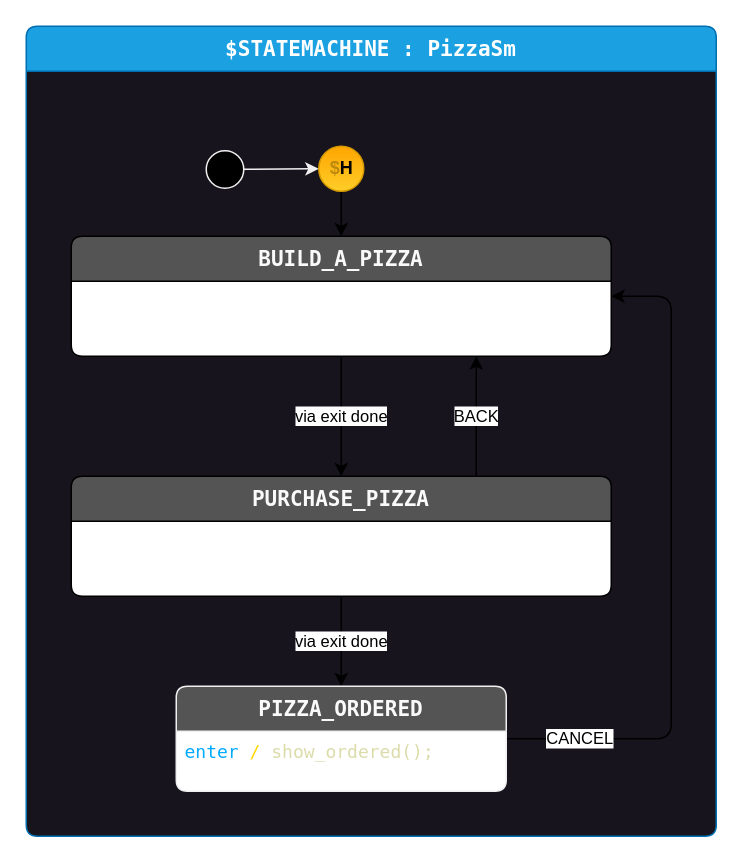
StateSmith/StateSmith-examples keeps this draw.io diagram as history-database/PizzaSm.drawio. Above is the earlier version. Source tidied: cells renumbered, new cells numbered last; positions are measured from the earlier drawing's top-left corner, leaving out a move shared by most shapes. Both pictures are drawn from the tidied source at 150%, with x=0, y=0 at pixel (26, 26).
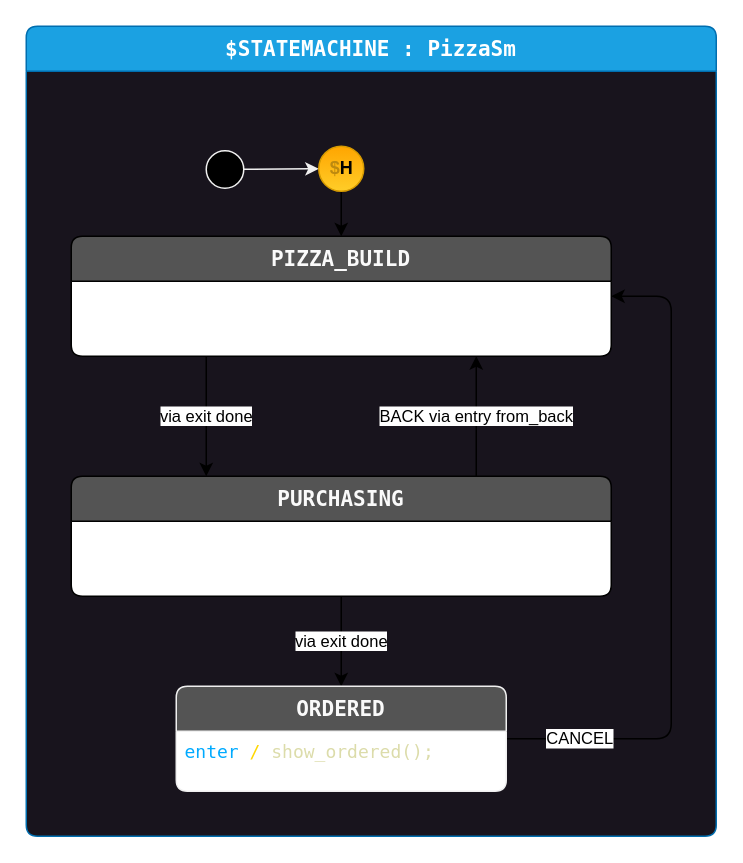
Above is the later version.

What changed in the source:
```diff
@@
 <mxGraphModel>
   <root>
     <mxCell id="0" />
     <mxCell id="1" parent="0" />
     <mxCell id="2" value="$STATEMACHINE : PizzaSm" style="shape=swimlane;align=center;verticalAlign=top;fontFamily=Lucida Console;startSize=30;fontSize=14;fontStyle=1;swimlaneFillColor=#18141d;rounded=1;arcSize=15;absoluteArcSize=1;fillColor=#1ba1e2;fontColor=#ffffff;strokeColor=#006EAF;" parent="1" vertex="1">
       <mxGeometry width="460" height="540" as="geometry" />
     </mxCell>
     <mxCell id="3" value=" " style="fontFamily=Lucida Console;align=left;verticalAlign=top;fillColor=none;gradientColor=none;strokeColor=none;rounded=0;spacingLeft=4;" parent="2" vertex="1">
       <mxGeometry y="30" width="30" height="20" as="geometry" />
     </mxCell>
-    <mxCell id="4" value="via exit done" style="edgeStyle=orthogonalEdgeStyle;html=1;exitX=0.5;exitY=1;exitDx=0;exitDy=0;entryX=0.5;entryY=0;entryDx=0;entryDy=0;" parent="2" edge="1" source="5" target="9">
+    <mxCell id="4" value="via exit done" style="edgeStyle=orthogonalEdgeStyle;html=1;exitX=0.25;exitY=1;exitDx=0;exitDy=0;entryX=0.25;entryY=0;entryDx=0;entryDy=0;" parent="2" edge="1" source="5" target="9">
       <mxGeometry relative="1" as="geometry" />
     </mxCell>
-    <mxCell id="5" value="BUILD_A_PIZZA" style="shape=swimlane;align=center;verticalAlign=top;fontFamily=Lucida Console;startSize=30;fontSize=14;fontStyle=1;fontColor=#FAFAFA;fillColor=#545454;swimlaneFillColor=default;rounded=1;arcSize=15;absoluteArcSize=1;" parent="2" vertex="1" collapsed="1">
+    <mxCell id="5" value="PIZZA_BUILD" style="shape=swimlane;align=center;verticalAlign=top;fontFamily=Lucida Console;startSize=30;fontSize=14;fontStyle=1;fontColor=#FAFAFA;fillColor=#545454;swimlaneFillColor=default;rounded=1;arcSize=15;absoluteArcSize=1;" parent="2" vertex="1" collapsed="1">
       <mxGeometry x="30" y="140" width="360" height="80" as="geometry" />
     </mxCell>
     <mxCell id="6" style="edgeStyle=orthogonalEdgeStyle;html=1;exitX=0.5;exitY=1;exitDx=0;exitDy=0;" parent="2" edge="1" source="14" target="5">
       <mxGeometry relative="1" as="geometry" />
     </mxCell>
-    <mxCell id="7" value="BACK" style="edgeStyle=orthogonalEdgeStyle;html=1;exitX=0.75;exitY=0;exitDx=0;exitDy=0;entryX=0.75;entryY=1;entryDx=0;entryDy=0;" parent="2" edge="1" source="9" target="5">
+    <mxCell id="7" value="BACK via entry from_back" style="edgeStyle=orthogonalEdgeStyle;html=1;exitX=0.75;exitY=0;exitDx=0;exitDy=0;entryX=0.75;entryY=1;entryDx=0;entryDy=0;" parent="2" edge="1" source="9" target="5">
       <mxGeometry relative="1" as="geometry" />
     </mxCell>
     <mxCell id="8" value="via exit done" style="edgeStyle=orthogonalEdgeStyle;html=1;exitX=0.5;exitY=1;exitDx=0;exitDy=0;entryX=0.5;entryY=0;entryDx=0;entryDy=0;" parent="2" edge="1" source="9" target="11">
       <mxGeometry relative="1" as="geometry" />
     </mxCell>
-    <mxCell id="9" value="PURCHASE_PIZZA" style="shape=swimlane;align=center;verticalAlign=top;fontFamily=Lucida Console;startSize=30;fontSize=14;fontStyle=1;fontColor=#FAFAFA;fillColor=#545454;swimlaneFillColor=default;rounded=1;arcSize=15;absoluteArcSize=1;" parent="2" vertex="1" collapsed="1">
+    <mxCell id="9" value="PURCHASING" style="shape=swimlane;align=center;verticalAlign=top;fontFamily=Lucida Console;startSize=30;fontSize=14;fontStyle=1;fontColor=#FAFAFA;fillColor=#545454;swimlaneFillColor=default;rounded=1;arcSize=15;absoluteArcSize=1;" parent="2" vertex="1" collapsed="1">
       <mxGeometry x="30" y="300" width="360" height="80" as="geometry" />
     </mxCell>
     <mxCell id="10" value="CANCEL" style="edgeStyle=orthogonalEdgeStyle;html=1;exitX=1;exitY=0.5;exitDx=0;exitDy=0;entryX=1;entryY=0.5;entryDx=0;entryDy=0;" parent="2" edge="1" source="11" target="5">
       <mxGeometry x="-0.78" relative="1" as="geometry">
         <Array as="points">
           <mxPoint x="430" y="475" />
           <mxPoint x="430" y="180" />
         </Array>
       </mxGeometry>
     </mxCell>
-    <mxCell id="11" value="PIZZA_ORDERED" style="shape=swimlane;align=center;verticalAlign=top;fontFamily=Lucida Console;startSize=30;fontSize=14;fontStyle=1;fontColor=#FAFAFA;fillColor=#545454;swimlaneFillColor=default;rounded=1;arcSize=15;absoluteArcSize=1;strokeColor=rgb(240, 240, 240);" parent="2" vertex="1">
+    <mxCell id="11" value="ORDERED" style="shape=swimlane;align=center;verticalAlign=top;fontFamily=Lucida Console;startSize=30;fontSize=14;fontStyle=1;fontColor=#FAFAFA;fillColor=#545454;swimlaneFillColor=default;rounded=1;arcSize=15;absoluteArcSize=1;strokeColor=rgb(240, 240, 240);" parent="2" vertex="1">
       <mxGeometry x="100" y="440" width="220" height="70" as="geometry" />
     </mxCell>
     <mxCell id="12" value="&lt;font color=&quot;#00aaff&quot;&gt;enter&amp;nbsp;&lt;/font&gt;&lt;font color=&quot;#ffd700&quot;&gt;/&lt;/font&gt;&lt;font color=&quot;#dcdcaa&quot;&gt;&amp;nbsp;show_ordered();&lt;/font&gt;" style="fontFamily=Lucida Console;align=left;verticalAlign=top;fillColor=none;gradientColor=none;strokeColor=none;rounded=0;spacingLeft=4;html=1;" parent="11" vertex="1">
       <mxGeometry y="30" width="190" height="30" as="geometry" />
     </mxCell>
     <mxCell id="13" style="edgeStyle=none;html=1;strokeColor=#F0F0F0;entryX=0;entryY=0.5;entryDx=0;entryDy=0;" parent="2" edge="1" source="15" target="14">
       <mxGeometry relative="1" as="geometry" />
     </mxCell>
     <mxCell id="14" value="&lt;font color=&quot;#bd890f&quot;&gt;$&lt;/font&gt;H" style="fontFamily=Helvetica;align=center;verticalAlign=middle;shape=ellipse;labelPosition=center;verticalLabelPosition=middle;strokeColor=#d79b00;strokeWidth=1;fillColor=#ffcd28;gradientColor=#ffa500;gradientDirection=north;html=1;fontColor=#000000;fontStyle=1;" parent="2" vertex="1">
       <mxGeometry x="195" y="80" width="30" height="30" as="geometry" />
     </mxCell>
     <mxCell id="15" value="$initial_state" style="shape=ellipse;fillColor=#000000;noLabel=1;strokeColor=#F0F0F0;" parent="2" vertex="1">
       <mxGeometry x="120" y="83" width="25" height="25" as="geometry" />
     </mxCell>
   </root>
 </mxGraphModel>
```
